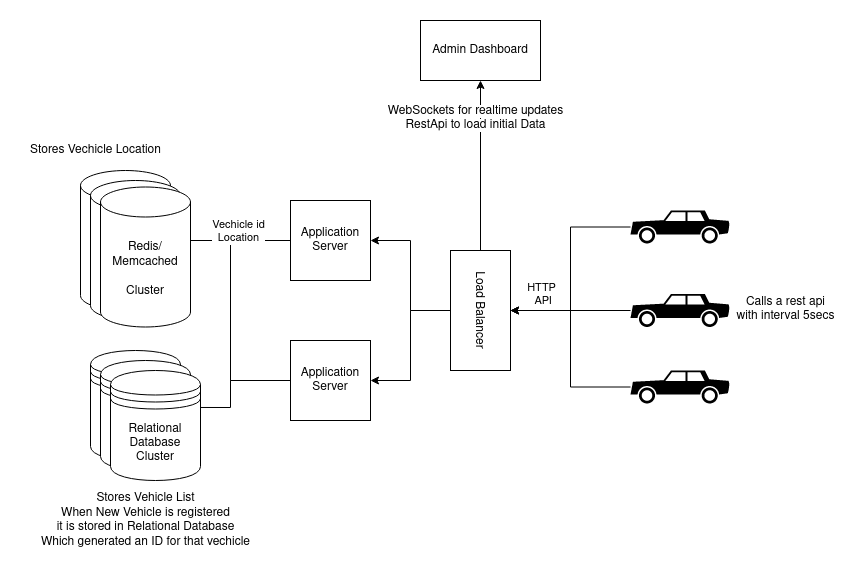
The draw.io diagram Production Architecture.png in with-shrey/VechicleArchitecture, before a commit. Source tidied: cells renumbered, new cells last; positions are measured from the earlier drawing's top-left corner, leaving out a move shared by most shapes. Source of this version:
```xml
<mxGraphModel>
  <root>
    <mxCell id="0" />
    <mxCell id="1" parent="0" />
    <mxCell id="2" style="edgeStyle=orthogonalEdgeStyle;rounded=0;jettySize=auto;html=1;entryX=1;entryY=0.5;entryDx=0;entryDy=0;" parent="1" edge="1" source="5" target="11">
      <mxGeometry relative="1" as="geometry" />
    </mxCell>
    <mxCell id="3" style="edgeStyle=orthogonalEdgeStyle;rounded=0;jettySize=auto;html=1;entryX=1;entryY=0.5;entryDx=0;entryDy=0;" parent="1" edge="1" source="5" target="7">
      <mxGeometry relative="1" as="geometry" />
    </mxCell>
    <mxCell id="4" style="edgeStyle=orthogonalEdgeStyle;rounded=0;jettySize=auto;html=1;" parent="1" edge="1" source="5" target="28">
      <mxGeometry relative="1" as="geometry" />
    </mxCell>
    <mxCell id="5" value="Load Balancer" style="rounded=0;whiteSpace=wrap;html=1;rotation=90;" parent="1" vertex="1">
      <mxGeometry x="400" y="260" width="120" height="60" as="geometry" />
    </mxCell>
    <mxCell id="6" style="edgeStyle=orthogonalEdgeStyle;rounded=0;jettySize=auto;html=1;exitX=0;exitY=0.5;exitDx=0;exitDy=0;entryX=1;entryY=0.5;entryDx=0;entryDy=0;entryPerimeter=0;" parent="1" edge="1" source="7" target="19">
      <mxGeometry relative="1" as="geometry" />
    </mxCell>
    <mxCell id="7" value="Application Server" style="whiteSpace=wrap;html=1;" parent="1" vertex="1">
      <mxGeometry x="270" y="180" width="80" height="80" as="geometry" />
    </mxCell>
    <mxCell id="8" style="edgeStyle=orthogonalEdgeStyle;rounded=0;jettySize=auto;html=1;exitX=0;exitY=0.5;exitDx=0;exitDy=0;entryX=1;entryY=0.5;entryDx=0;entryDy=0;entryPerimeter=0;" parent="1" edge="1" source="11" target="19">
      <mxGeometry relative="1" as="geometry" />
    </mxCell>
    <mxCell id="9" value="Vechicle id&lt;br&gt; Location" style="edgeLabel;html=1;align=center;verticalAlign=middle;" parent="8" vertex="1">
      <mxGeometry x="0.61" y="2" relative="1" as="geometry">
        <mxPoint x="17" y="-12" as="offset" />
      </mxGeometry>
    </mxCell>
    <mxCell id="10" style="edgeStyle=orthogonalEdgeStyle;rounded=0;jettySize=auto;html=1;entryX=0.833;entryY=0.336;entryDx=0;entryDy=0;entryPerimeter=0;" parent="1" edge="1" source="11" target="24">
      <mxGeometry relative="1" as="geometry">
        <Array as="points">
          <mxPoint x="210" y="360" />
          <mxPoint x="210" y="387" />
        </Array>
      </mxGeometry>
    </mxCell>
    <mxCell id="11" value="Application Server" style="whiteSpace=wrap;html=1;" parent="1" vertex="1">
      <mxGeometry x="270" y="320" width="80" height="80" as="geometry" />
    </mxCell>
    <mxCell id="12" style="edgeStyle=orthogonalEdgeStyle;rounded=0;jettySize=auto;html=1;entryX=0.5;entryY=0;entryDx=0;entryDy=0;" parent="1" edge="1" source="13" target="5">
      <mxGeometry relative="1" as="geometry" />
    </mxCell>
    <mxCell id="13" style="shape=mxgraph.signs.transportation.car_2;html=1;fillColor=#000000;strokeColor=none;verticalLabelPosition=bottom;verticalAlign=top;align=center;" parent="1" vertex="1">
      <mxGeometry x="610" y="190" width="100" height="33" as="geometry" />
    </mxCell>
    <mxCell id="14" style="edgeStyle=orthogonalEdgeStyle;rounded=0;jettySize=auto;html=1;entryX=0.5;entryY=0;entryDx=0;entryDy=0;" parent="1" edge="1" source="16" target="5">
      <mxGeometry relative="1" as="geometry" />
    </mxCell>
    <mxCell id="15" value="&lt;div&gt;HTTP&lt;/div&gt;&lt;div&gt;&amp;nbsp;API&lt;/div&gt;" style="edgeLabel;html=1;align=center;verticalAlign=middle;" parent="14" vertex="1">
      <mxGeometry x="-0.15" y="1" relative="1" as="geometry">
        <mxPoint x="-39" y="-17.5" as="offset" />
      </mxGeometry>
    </mxCell>
    <mxCell id="16" style="shape=mxgraph.signs.transportation.car_2;html=1;fillColor=#000000;strokeColor=none;verticalLabelPosition=bottom;verticalAlign=top;align=center;" parent="1" vertex="1">
      <mxGeometry x="610" y="273.5" width="100" height="33" as="geometry" />
    </mxCell>
    <mxCell id="17" style="edgeStyle=orthogonalEdgeStyle;rounded=0;jettySize=auto;html=1;entryX=0.5;entryY=0;entryDx=0;entryDy=0;" parent="1" edge="1" source="18" target="5">
      <mxGeometry relative="1" as="geometry" />
    </mxCell>
    <mxCell id="18" style="shape=mxgraph.signs.transportation.car_2;html=1;fillColor=#000000;strokeColor=none;verticalLabelPosition=bottom;verticalAlign=top;align=center;" parent="1" vertex="1">
      <mxGeometry x="610" y="350" width="100" height="33" as="geometry" />
    </mxCell>
    <mxCell id="19" value="&lt;div&gt;Redis/&lt;/div&gt;&lt;div&gt;Memcached&lt;/div&gt;&lt;br&gt;Cluster" style="shape=cylinder3;whiteSpace=wrap;html=1;boundedLbl=1;backgroundOutline=1;size=15;" parent="1" vertex="1">
      <mxGeometry x="60" y="150" width="90" height="140" as="geometry" />
    </mxCell>
    <mxCell id="20" value="Relational Database&lt;br&gt;Cluster" style="shape=datastore;whiteSpace=wrap;html=1;" parent="1" vertex="1">
      <mxGeometry x="70" y="330" width="90" height="110" as="geometry" />
    </mxCell>
    <mxCell id="21" value="&lt;div&gt;Redis/&lt;/div&gt;&lt;div&gt;Memcached&lt;/div&gt;&lt;br&gt;Cluster" style="shape=cylinder3;whiteSpace=wrap;html=1;boundedLbl=1;backgroundOutline=1;size=15;" parent="1" vertex="1">
      <mxGeometry x="70" y="160" width="90" height="140" as="geometry" />
    </mxCell>
    <mxCell id="22" value="Relational Database&lt;br&gt;Cluster" style="shape=datastore;whiteSpace=wrap;html=1;" parent="1" vertex="1">
      <mxGeometry x="80" y="340" width="90" height="110" as="geometry" />
    </mxCell>
    <mxCell id="23" value="&lt;div&gt;Redis/&lt;/div&gt;&lt;div&gt;Memcached&lt;/div&gt;&lt;br&gt;Cluster" style="shape=cylinder3;whiteSpace=wrap;html=1;boundedLbl=1;backgroundOutline=1;size=15;" parent="1" vertex="1">
      <mxGeometry x="80" y="166.5" width="90" height="140" as="geometry" />
    </mxCell>
    <mxCell id="24" value="Relational Database&lt;br&gt;Cluster" style="shape=datastore;whiteSpace=wrap;html=1;" parent="1" vertex="1">
      <mxGeometry x="90" y="350" width="90" height="110" as="geometry" />
    </mxCell>
    <mxCell id="25" value="Stores Vehicle List &lt;br&gt;When New Vehicle is registered &lt;br&gt;it is stored in Relational Database&lt;br&gt;Which generated an ID for that vechicle" style="text;html=1;align=center;verticalAlign=middle;" parent="1" vertex="1">
      <mxGeometry x="15" y="470" width="220" height="60" as="geometry" />
    </mxCell>
    <mxCell id="26" value="Stores Vechicle Location" style="text;html=1;align=center;verticalAlign=middle;" parent="1" vertex="1">
      <mxGeometry y="120" width="150" height="20" as="geometry" />
    </mxCell>
    <mxCell id="27" value="Calls a rest api &lt;br&gt;with interval 5secs" style="text;html=1;align=center;verticalAlign=middle;" parent="1" vertex="1">
      <mxGeometry x="710" y="273.5" width="110" height="30" as="geometry" />
    </mxCell>
    <mxCell id="28" value="Admin Dashboard" style="rounded=0;whiteSpace=wrap;html=1;" parent="1" vertex="1">
      <mxGeometry x="400" width="120" height="60" as="geometry" />
    </mxCell>
    <mxCell id="29" value="&lt;div&gt;&lt;span style=&quot;background-color: rgb(255 , 255 , 255)&quot;&gt;WebSockets for realtime updates&lt;br&gt;RestApi to load initial Data&lt;br&gt;&lt;/span&gt;&lt;/div&gt;&lt;div&gt;&lt;br&gt;&lt;/div&gt;" style="text;html=1;align=center;verticalAlign=middle;" parent="1" vertex="1">
      <mxGeometry x="360" y="80" width="190" height="50" as="geometry" />
    </mxCell>
  </root>
</mxGraphModel>
```
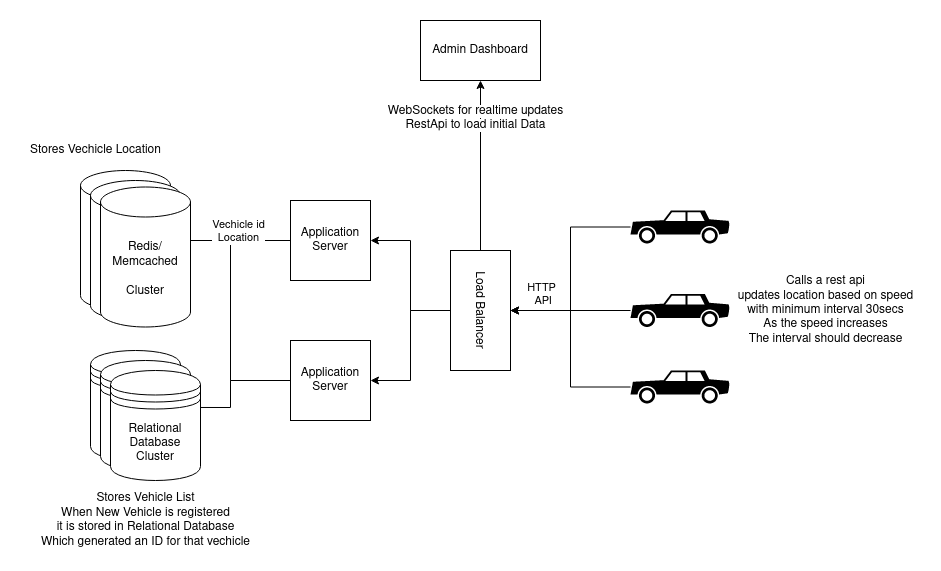
After the change.

Commit message:
Add Production Architecture

Diff of the diagram source:
```diff
@@ -86,8 +86,8 @@
     <mxCell id="26" value="Stores Vechicle Location" style="text;html=1;align=center;verticalAlign=middle;" parent="1" vertex="1">
       <mxGeometry y="120" width="150" height="20" as="geometry" />
     </mxCell>
-    <mxCell id="27" value="Calls a rest api &lt;br&gt;with interval 5secs" style="text;html=1;align=center;verticalAlign=middle;" parent="1" vertex="1">
-      <mxGeometry x="710" y="273.5" width="110" height="30" as="geometry" />
+    <mxCell id="27" value="Calls a rest api &lt;br&gt;updates location based on speed&lt;br&gt;with minimum interval 30secs&lt;br&gt;As the speed increases &lt;br&gt;The interval should decrease" style="text;html=1;align=center;verticalAlign=middle;" parent="1" vertex="1">
+      <mxGeometry x="710" y="250" width="190" height="80" as="geometry" />
     </mxCell>
     <mxCell id="28" value="Admin Dashboard" style="rounded=0;whiteSpace=wrap;html=1;" parent="1" vertex="1">
       <mxGeometry x="400" width="120" height="60" as="geometry" />
```
